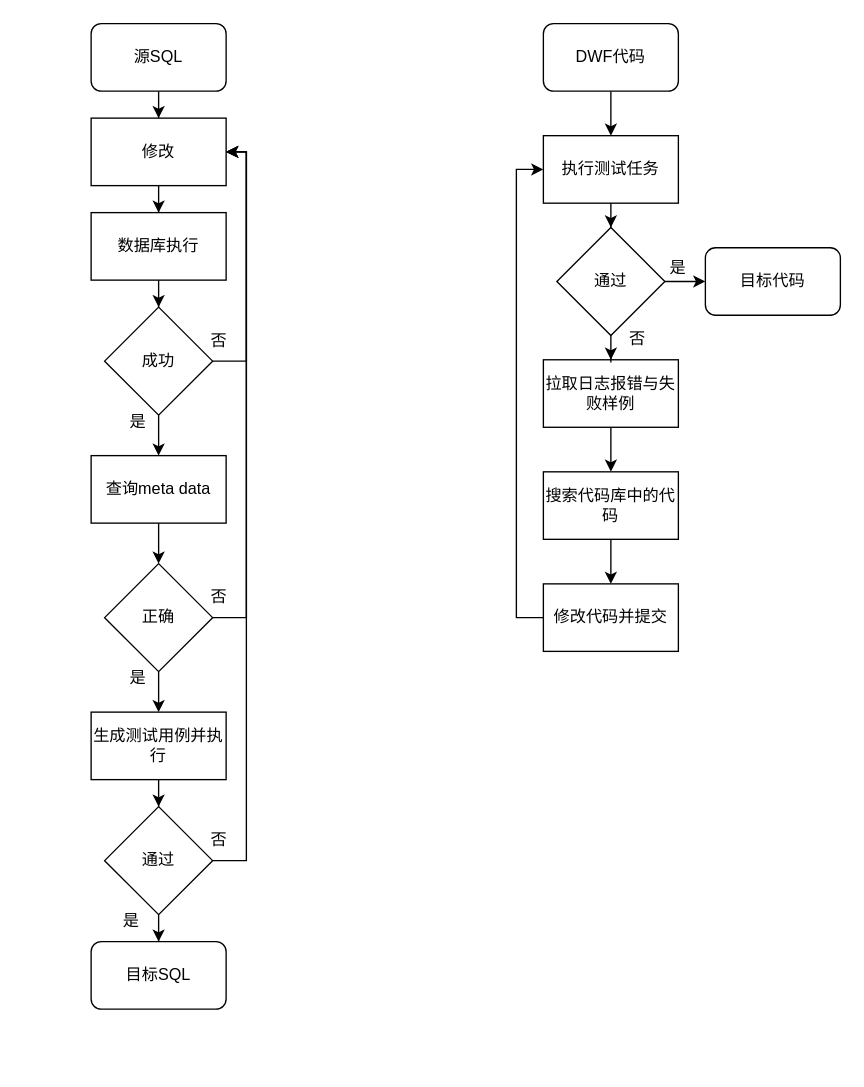
The draw.io diagram 开题报告/方案.drawio in Olive-2019/drawio-source, before the edit. Source tidied: cells renumbered, new cells numbered last; positions are measured from the earlier drawing's top-left corner, leaving out a move shared by most shapes. Both pictures are drawn from the tidied source at 135%, with x=0, y=0 at pixel (90, 23).
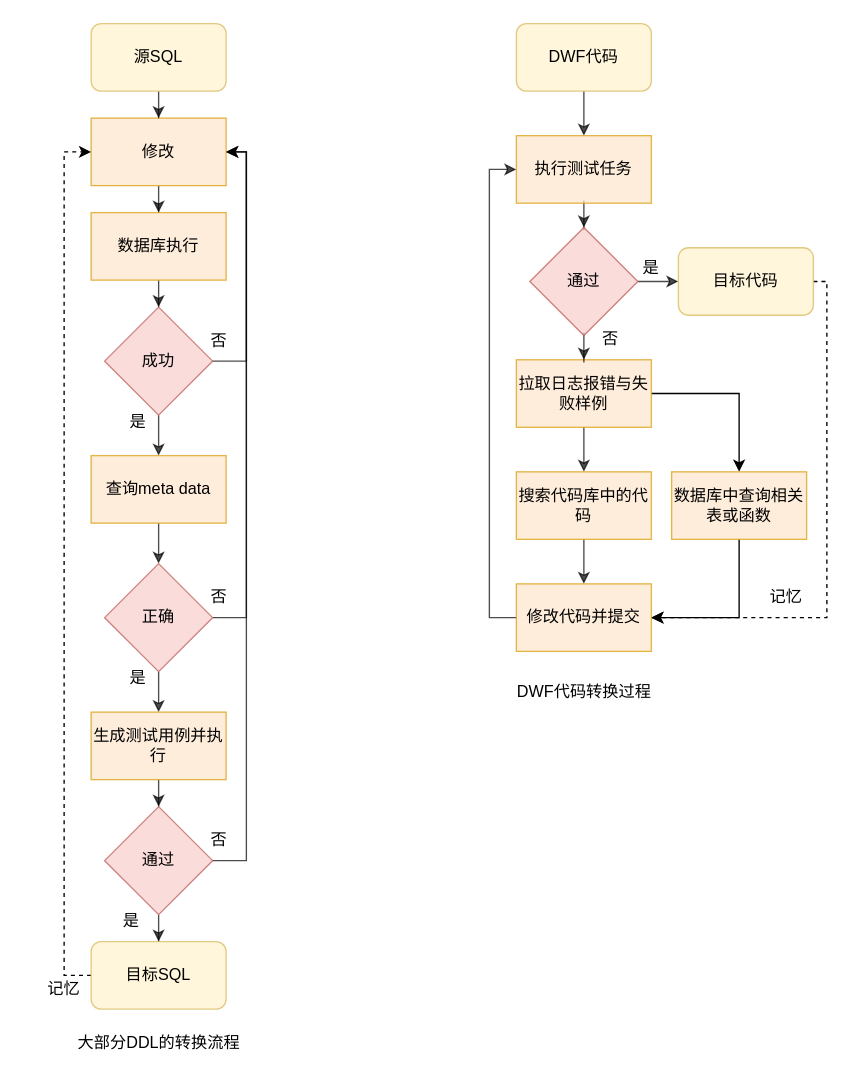
Above is the later version.

Change to the diagram source:
```diff
@@
-    <mxCell id="2" style="edgeStyle=orthogonalEdgeStyle;rounded=0;jettySize=auto;html=1;" parent="1" edge="1" source="3" target="7">
+    <mxCell id="2" style="edgeStyle=orthogonalEdgeStyle;rounded=0;jettySize=auto;html=1;opacity=70;" parent="1" edge="1" source="3" target="7">
       <mxGeometry relative="1" as="geometry" />
     </mxCell>
-    <mxCell id="3" value="修改" style="rounded=0;whiteSpace=wrap;html=1;" parent="1" vertex="1">
+    <mxCell id="3" value="修改" style="rounded=0;whiteSpace=wrap;html=1;fillColor=#ffe6cc;strokeColor=#d79b00;opacity=70;" parent="1" vertex="1">
       <mxGeometry y="70" width="100" height="50" as="geometry" />
     </mxCell>
-    <mxCell id="4" style="edgeStyle=orthogonalEdgeStyle;rounded=0;jettySize=auto;html=1;entryX=0.5;entryY=0;entryDx=0;entryDy=0;" parent="1" edge="1" source="5" target="3">
+    <mxCell id="4" style="edgeStyle=orthogonalEdgeStyle;rounded=0;jettySize=auto;html=1;entryX=0.5;entryY=0;entryDx=0;entryDy=0;opacity=70;" parent="1" edge="1" source="5" target="3">
       <mxGeometry relative="1" as="geometry" />
     </mxCell>
-    <mxCell id="5" value="源SQL" style="rounded=1;whiteSpace=wrap;html=1;" parent="1" vertex="1">
+    <mxCell id="5" value="源SQL" style="rounded=1;whiteSpace=wrap;html=1;fillColor=#fff2cc;strokeColor=#d6b656;opacity=70;" parent="1" vertex="1">
       <mxGeometry width="100" height="50" as="geometry" />
     </mxCell>
-    <mxCell id="6" style="edgeStyle=orthogonalEdgeStyle;rounded=0;jettySize=auto;html=1;" parent="1" edge="1" source="7" target="10">
+    <mxCell id="6" style="edgeStyle=orthogonalEdgeStyle;rounded=0;jettySize=auto;html=1;opacity=70;" parent="1" edge="1" source="7" target="10">
       <mxGeometry relative="1" as="geometry" />
     </mxCell>
-    <mxCell id="7" value="数据库执行" style="rounded=0;whiteSpace=wrap;html=1;" parent="1" vertex="1">
+    <mxCell id="7" value="数据库执行" style="rounded=0;whiteSpace=wrap;html=1;fillColor=#ffe6cc;strokeColor=#d79b00;opacity=70;" parent="1" vertex="1">
       <mxGeometry y="140" width="100" height="50" as="geometry" />
     </mxCell>
-    <mxCell id="8" style="edgeStyle=orthogonalEdgeStyle;rounded=0;jettySize=auto;html=1;" parent="1" edge="1" source="10" target="12">
+    <mxCell id="8" style="edgeStyle=orthogonalEdgeStyle;rounded=0;jettySize=auto;html=1;opacity=70;" parent="1" edge="1" source="10" target="12">
       <mxGeometry relative="1" as="geometry" />
     </mxCell>
-    <mxCell id="9" style="edgeStyle=orthogonalEdgeStyle;rounded=0;jettySize=auto;html=1;entryX=1;entryY=0.5;entryDx=0;entryDy=0;" parent="1" edge="1" source="10" target="3">
+    <mxCell id="9" style="edgeStyle=orthogonalEdgeStyle;rounded=0;jettySize=auto;html=1;entryX=1;entryY=0.5;entryDx=0;entryDy=0;opacity=70;" parent="1" edge="1" source="10" target="3">
       <mxGeometry relative="1" as="geometry">
         <Array as="points">
           <mxPoint x="115" y="250" />
           <mxPoint x="115" y="95" />
         </Array>
       </mxGeometry>
     </mxCell>
-    <mxCell id="10" value="成功" style="rhombus;whiteSpace=wrap;html=1;rounded=0;" parent="1" vertex="1">
+    <mxCell id="10" value="成功" style="rhombus;whiteSpace=wrap;html=1;rounded=0;fillColor=#f8cecc;strokeColor=#b85450;opacity=70;" parent="1" vertex="1">
       <mxGeometry x="10" y="210" width="80" height="80" as="geometry" />
     </mxCell>
-    <mxCell id="11" style="edgeStyle=orthogonalEdgeStyle;rounded=0;jettySize=auto;html=1;" parent="1" edge="1" source="12" target="15">
+    <mxCell id="11" style="edgeStyle=orthogonalEdgeStyle;rounded=0;jettySize=auto;html=1;opacity=70;" parent="1" edge="1" source="12" target="15">
       <mxGeometry relative="1" as="geometry" />
     </mxCell>
-    <mxCell id="12" value="查询meta data" style="whiteSpace=wrap;html=1;rounded=0;" parent="1" vertex="1">
+    <mxCell id="12" value="查询meta data" style="whiteSpace=wrap;html=1;rounded=0;fillColor=#ffe6cc;strokeColor=#d79b00;opacity=70;" parent="1" vertex="1">
       <mxGeometry y="320" width="100" height="50" as="geometry" />
     </mxCell>
-    <mxCell id="13" style="edgeStyle=orthogonalEdgeStyle;rounded=0;jettySize=auto;html=1;" parent="1" edge="1" source="15" target="17">
+    <mxCell id="13" style="edgeStyle=orthogonalEdgeStyle;rounded=0;jettySize=auto;html=1;opacity=70;" parent="1" edge="1" source="15" target="17">
       <mxGeometry relative="1" as="geometry" />
     </mxCell>
-    <mxCell id="14" style="edgeStyle=orthogonalEdgeStyle;rounded=0;jettySize=auto;html=1;entryX=1;entryY=0.5;entryDx=0;entryDy=0;" parent="1" edge="1" source="15" target="3">
+    <mxCell id="14" style="edgeStyle=orthogonalEdgeStyle;rounded=0;jettySize=auto;html=1;entryX=1;entryY=0.5;entryDx=0;entryDy=0;opacity=70;" parent="1" edge="1" source="15" target="3">
       <mxGeometry relative="1" as="geometry">
         <Array as="points">
           <mxPoint x="115" y="440" />
           <mxPoint x="115" y="95" />
         </Array>
       </mxGeometry>
     </mxCell>
-    <mxCell id="15" value="正确" style="rhombus;whiteSpace=wrap;html=1;rounded=0;" parent="1" vertex="1">
+    <mxCell id="15" value="正确" style="rhombus;whiteSpace=wrap;html=1;rounded=0;fillColor=#f8cecc;strokeColor=#b85450;opacity=70;" parent="1" vertex="1">
       <mxGeometry x="10" y="400" width="80" height="80" as="geometry" />
     </mxCell>
-    <mxCell id="16" style="edgeStyle=orthogonalEdgeStyle;rounded=0;jettySize=auto;html=1;" parent="1" edge="1" source="17" target="20">
+    <mxCell id="16" style="edgeStyle=orthogonalEdgeStyle;rounded=0;jettySize=auto;html=1;opacity=70;" parent="1" edge="1" source="17" target="20">
       <mxGeometry relative="1" as="geometry" />
     </mxCell>
-    <mxCell id="17" value="生成测试用例并执行" style="whiteSpace=wrap;html=1;rounded=0;" parent="1" vertex="1">
+    <mxCell id="17" value="生成测试用例并执行" style="whiteSpace=wrap;html=1;rounded=0;fillColor=#ffe6cc;strokeColor=#d79b00;opacity=70;" parent="1" vertex="1">
       <mxGeometry y="510" width="100" height="50" as="geometry" />
     </mxCell>
-    <mxCell id="18" style="edgeStyle=orthogonalEdgeStyle;rounded=0;jettySize=auto;html=1;" parent="1" edge="1" source="20" target="21">
+    <mxCell id="18" style="edgeStyle=orthogonalEdgeStyle;rounded=0;jettySize=auto;html=1;opacity=70;" parent="1" edge="1" source="20" target="21">
       <mxGeometry relative="1" as="geometry" />
     </mxCell>
-    <mxCell id="19" style="edgeStyle=orthogonalEdgeStyle;rounded=0;jettySize=auto;html=1;entryX=1;entryY=0.5;entryDx=0;entryDy=0;" parent="1" edge="1" source="20" target="3">
+    <mxCell id="19" style="edgeStyle=orthogonalEdgeStyle;rounded=0;jettySize=auto;html=1;entryX=1;entryY=0.5;entryDx=0;entryDy=0;opacity=70;" parent="1" edge="1" source="20" target="3">
       <mxGeometry relative="1" as="geometry">
         <Array as="points">
           <mxPoint x="115" y="620" />
           <mxPoint x="115" y="95" />
         </Array>
       </mxGeometry>
     </mxCell>
-    <mxCell id="20" value="通过" style="rhombus;whiteSpace=wrap;html=1;rounded=0;" parent="1" vertex="1">
+    <mxCell id="20" value="通过" style="rhombus;whiteSpace=wrap;html=1;rounded=0;fillColor=#f8cecc;strokeColor=#b85450;opacity=70;" parent="1" vertex="1">
       <mxGeometry x="10" y="580" width="80" height="80" as="geometry" />
     </mxCell>
+    <mxCell id="44" style="edgeStyle=orthogonalEdgeStyle;rounded=0;jettySize=auto;html=1;entryX=0;entryY=0.5;entryDx=0;entryDy=0;dashed=1;" parent="1" edge="1" source="21" target="3">
+      <mxGeometry relative="1" as="geometry">
+        <Array as="points">
+          <mxPoint x="-20" y="705" />
+          <mxPoint x="-20" y="95" />
+        </Array>
+      </mxGeometry>
+    </mxCell>
-    <mxCell id="21" value="目标SQL" style="rounded=1;whiteSpace=wrap;html=1;" parent="1" vertex="1">
+    <mxCell id="21" value="目标SQL" style="rounded=1;whiteSpace=wrap;html=1;fillColor=#fff2cc;strokeColor=#d6b656;opacity=70;" parent="1" vertex="1">
       <mxGeometry y="680" width="100" height="50" as="geometry" />
     </mxCell>
-    <mxCell id="22" style="edgeStyle=orthogonalEdgeStyle;rounded=0;jettySize=auto;html=1;" parent="1" edge="1" source="23" target="25">
+    <mxCell id="22" style="edgeStyle=orthogonalEdgeStyle;rounded=0;jettySize=auto;html=1;opacity=70;" parent="1" edge="1" source="23" target="25">
       <mxGeometry relative="1" as="geometry" />
     </mxCell>
-    <mxCell id="23" value="DWF代码" style="rounded=1;whiteSpace=wrap;html=1;" parent="1" vertex="1">
-      <mxGeometry x="335" width="100" height="50" as="geometry" />
+    <mxCell id="23" value="DWF代码" style="rounded=1;whiteSpace=wrap;html=1;fillColor=#fff2cc;strokeColor=#d6b656;opacity=70;" parent="1" vertex="1">
+      <mxGeometry x="315" width="100" height="50" as="geometry" />
     </mxCell>
-    <mxCell id="24" style="edgeStyle=orthogonalEdgeStyle;rounded=0;jettySize=auto;html=1;entryX=0.5;entryY=0;entryDx=0;entryDy=0;" parent="1" edge="1" source="25" target="32">
+    <mxCell id="24" style="edgeStyle=orthogonalEdgeStyle;rounded=0;jettySize=auto;html=1;entryX=0.5;entryY=0;entryDx=0;entryDy=0;opacity=70;" parent="1" edge="1" source="25" target="32">
       <mxGeometry relative="1" as="geometry" />
     </mxCell>
-    <mxCell id="25" value="执行测试任务" style="rounded=0;whiteSpace=wrap;html=1;" parent="1" vertex="1">
-      <mxGeometry x="335" y="83" width="100" height="50" as="geometry" />
+    <mxCell id="25" value="执行测试任务" style="rounded=0;whiteSpace=wrap;html=1;fillColor=#ffe6cc;strokeColor=#d79b00;opacity=70;" parent="1" vertex="1">
+      <mxGeometry x="315" y="83" width="100" height="50" as="geometry" />
     </mxCell>
-    <mxCell id="26" style="edgeStyle=orthogonalEdgeStyle;rounded=0;jettySize=auto;html=1;" parent="1" edge="1" source="27" target="29">
+    <mxCell id="26" style="edgeStyle=orthogonalEdgeStyle;rounded=0;jettySize=auto;html=1;opacity=70;" parent="1" edge="1" source="27" target="29">
       <mxGeometry relative="1" as="geometry" />
     </mxCell>
+    <mxCell id="45" style="edgeStyle=orthogonalEdgeStyle;rounded=0;jettySize=auto;html=1;entryX=0.5;entryY=0;entryDx=0;entryDy=0;" parent="1" edge="1" source="27" target="50">
+      <mxGeometry relative="1" as="geometry" />
+    </mxCell>
-    <mxCell id="27" value="拉取日志报错与失败样例" style="rounded=0;whiteSpace=wrap;html=1;" parent="1" vertex="1">
-      <mxGeometry x="335" y="249" width="100" height="50" as="geometry" />
+    <mxCell id="27" value="拉取日志报错与失败样例" style="rounded=0;whiteSpace=wrap;html=1;fillColor=#ffe6cc;strokeColor=#d79b00;opacity=70;" parent="1" vertex="1">
+      <mxGeometry x="315" y="249" width="100" height="50" as="geometry" />
     </mxCell>
-    <mxCell id="28" style="edgeStyle=orthogonalEdgeStyle;rounded=0;jettySize=auto;html=1;entryX=0.5;entryY=0;entryDx=0;entryDy=0;" parent="1" edge="1" source="29" target="35">
+    <mxCell id="28" style="edgeStyle=orthogonalEdgeStyle;rounded=0;jettySize=auto;html=1;entryX=0.5;entryY=0;entryDx=0;entryDy=0;opacity=70;" parent="1" edge="1" source="29" target="35">
       <mxGeometry relative="1" as="geometry" />
     </mxCell>
-    <mxCell id="29" value="搜索代码库中的代码" style="rounded=0;whiteSpace=wrap;html=1;" parent="1" vertex="1">
-      <mxGeometry x="335" y="332" width="100" height="50" as="geometry" />
+    <mxCell id="29" value="搜索代码库中的代码" style="rounded=0;whiteSpace=wrap;html=1;fillColor=#ffe6cc;strokeColor=#d79b00;opacity=70;" parent="1" vertex="1">
+      <mxGeometry x="315" y="332" width="100" height="50" as="geometry" />
     </mxCell>
-    <mxCell id="30" style="edgeStyle=orthogonalEdgeStyle;rounded=0;jettySize=auto;html=1;entryX=0.5;entryY=0;entryDx=0;entryDy=0;" parent="1" edge="1" source="32" target="27">
+    <mxCell id="30" style="edgeStyle=orthogonalEdgeStyle;rounded=0;jettySize=auto;html=1;entryX=0.5;entryY=0;entryDx=0;entryDy=0;opacity=70;" parent="1" edge="1" source="32" target="27">
       <mxGeometry relative="1" as="geometry" />
     </mxCell>
-    <mxCell id="31" style="edgeStyle=orthogonalEdgeStyle;rounded=0;jettySize=auto;html=1;entryX=0;entryY=0.5;entryDx=0;entryDy=0;" parent="1" edge="1" source="32" target="33">
+    <mxCell id="31" style="edgeStyle=orthogonalEdgeStyle;rounded=0;jettySize=auto;html=1;entryX=0;entryY=0.5;entryDx=0;entryDy=0;opacity=70;" parent="1" edge="1" source="32" target="33">
       <mxGeometry relative="1" as="geometry" />
     </mxCell>
-    <mxCell id="32" value="通过" style="rhombus;whiteSpace=wrap;html=1;" parent="1" vertex="1">
-      <mxGeometry x="345" y="151" width="80" height="80" as="geometry" />
+    <mxCell id="32" value="通过" style="rhombus;whiteSpace=wrap;html=1;fillColor=#f8cecc;strokeColor=#b85450;opacity=70;" parent="1" vertex="1">
+      <mxGeometry x="325" y="151" width="80" height="80" as="geometry" />
     </mxCell>
+    <mxCell id="46" style="edgeStyle=orthogonalEdgeStyle;rounded=0;jettySize=auto;html=1;entryX=1;entryY=0.5;entryDx=0;entryDy=0;dashed=1;" parent="1" edge="1" source="33" target="35">
+      <mxGeometry relative="1" as="geometry">
+        <Array as="points">
+          <mxPoint x="545" y="191" />
+          <mxPoint x="545" y="440" />
+        </Array>
+      </mxGeometry>
+    </mxCell>
-    <mxCell id="33" value="目标代码" style="rounded=1;whiteSpace=wrap;html=1;" parent="1" vertex="1">
-      <mxGeometry x="455" y="166" width="100" height="50" as="geometry" />
+    <mxCell id="33" value="目标代码" style="rounded=1;whiteSpace=wrap;html=1;fillColor=#fff2cc;strokeColor=#d6b656;opacity=70;" parent="1" vertex="1">
+      <mxGeometry x="435" y="166" width="100" height="50" as="geometry" />
     </mxCell>
-    <mxCell id="34" style="edgeStyle=orthogonalEdgeStyle;rounded=0;jettySize=auto;html=1;entryX=0;entryY=0.5;entryDx=0;entryDy=0;" parent="1" edge="1" source="35" target="25">
+    <mxCell id="34" style="edgeStyle=orthogonalEdgeStyle;rounded=0;jettySize=auto;html=1;entryX=0;entryY=0.5;entryDx=0;entryDy=0;opacity=70;" parent="1" edge="1" source="35" target="25">
       <mxGeometry relative="1" as="geometry">
         <Array as="points">
-          <mxPoint x="315" y="440" />
-          <mxPoint x="315" y="108" />
+          <mxPoint x="295" y="440" />
+          <mxPoint x="295" y="108" />
         </Array>
       </mxGeometry>
     </mxCell>
-    <mxCell id="35" value="修改代码并提交" style="rounded=0;whiteSpace=wrap;html=1;" parent="1" vertex="1">
-      <mxGeometry x="335" y="415" width="100" height="50" as="geometry" />
+    <mxCell id="35" value="修改代码并提交" style="rounded=0;whiteSpace=wrap;html=1;fillColor=#ffe6cc;strokeColor=#d79b00;opacity=70;" parent="1" vertex="1">
+      <mxGeometry x="315" y="415" width="100" height="50" as="geometry" />
     </mxCell>
-    <mxCell id="36" value="是" style="text;html=1;align=center;verticalAlign=middle;whiteSpace=wrap;rounded=0;" parent="1" vertex="1">
+    <mxCell id="36" value="是" style="text;html=1;align=center;verticalAlign=middle;whiteSpace=wrap;rounded=0;opacity=70;" parent="1" vertex="1">
       <mxGeometry x="5" y="280" width="60" height="30" as="geometry" />
     </mxCell>
-    <mxCell id="37" value="是" style="text;html=1;align=center;verticalAlign=middle;whiteSpace=wrap;rounded=0;" parent="1" vertex="1">
+    <mxCell id="37" value="是" style="text;html=1;align=center;verticalAlign=middle;whiteSpace=wrap;rounded=0;opacity=70;" parent="1" vertex="1">
       <mxGeometry x="5" y="470" width="60" height="30" as="geometry" />
     </mxCell>
-    <mxCell id="38" value="是" style="text;html=1;align=center;verticalAlign=middle;whiteSpace=wrap;rounded=0;" parent="1" vertex="1">
+    <mxCell id="38" value="是" style="text;html=1;align=center;verticalAlign=middle;whiteSpace=wrap;rounded=0;opacity=70;" parent="1" vertex="1">
       <mxGeometry y="650" width="60" height="30" as="geometry" />
     </mxCell>
-    <mxCell id="39" value="是" style="text;html=1;align=center;verticalAlign=middle;whiteSpace=wrap;rounded=0;" parent="1" vertex="1">
-      <mxGeometry x="405" y="166" width="60" height="30" as="geometry" />
+    <mxCell id="39" value="是" style="text;html=1;align=center;verticalAlign=middle;whiteSpace=wrap;rounded=0;opacity=70;" parent="1" vertex="1">
+      <mxGeometry x="385" y="166" width="60" height="30" as="geometry" />
     </mxCell>
-    <mxCell id="40" value="否" style="text;html=1;align=center;verticalAlign=middle;whiteSpace=wrap;rounded=0;" parent="1" vertex="1">
-      <mxGeometry x="375" y="219" width="60" height="30" as="geometry" />
+    <mxCell id="40" value="否" style="text;html=1;align=center;verticalAlign=middle;whiteSpace=wrap;rounded=0;opacity=70;" parent="1" vertex="1">
+      <mxGeometry x="355" y="219" width="60" height="30" as="geometry" />
     </mxCell>
-    <mxCell id="41" value="否" style="text;html=1;align=center;verticalAlign=middle;whiteSpace=wrap;rounded=0;" parent="1" vertex="1">
+    <mxCell id="41" value="否" style="text;html=1;align=center;verticalAlign=middle;whiteSpace=wrap;rounded=0;opacity=70;" parent="1" vertex="1">
       <mxGeometry x="65" y="220" width="60" height="30" as="geometry" />
     </mxCell>
-    <mxCell id="42" value="否" style="text;html=1;align=center;verticalAlign=middle;whiteSpace=wrap;rounded=0;" parent="1" vertex="1">
+    <mxCell id="42" value="否" style="text;html=1;align=center;verticalAlign=middle;whiteSpace=wrap;rounded=0;opacity=70;" parent="1" vertex="1">
       <mxGeometry x="65" y="410" width="60" height="30" as="geometry" />
     </mxCell>
-    <mxCell id="43" value="否" style="text;html=1;align=center;verticalAlign=middle;whiteSpace=wrap;rounded=0;" parent="1" vertex="1">
+    <mxCell id="43" value="否" style="text;html=1;align=center;verticalAlign=middle;whiteSpace=wrap;rounded=0;opacity=70;" parent="1" vertex="1">
       <mxGeometry x="65" y="590" width="60" height="30" as="geometry" />
     </mxCell>
+    <mxCell id="47" value="大部分DDL的转换流程" style="text;html=1;align=center;verticalAlign=middle;whiteSpace=wrap;rounded=0;opacity=70;" parent="1" vertex="1">
+      <mxGeometry x="-17.5" y="740" width="135" height="30" as="geometry" />
+    </mxCell>
+    <mxCell id="48" value="DWF代码转换过程" style="text;html=1;align=center;verticalAlign=middle;whiteSpace=wrap;rounded=0;opacity=70;" parent="1" vertex="1">
+      <mxGeometry x="297.5" y="480" width="135" height="30" as="geometry" />
+    </mxCell>
+    <mxCell id="49" style="edgeStyle=orthogonalEdgeStyle;rounded=0;jettySize=auto;html=1;entryX=1;entryY=0.5;entryDx=0;entryDy=0;" parent="1" edge="1" source="50" target="35">
+      <mxGeometry relative="1" as="geometry">
+        <Array as="points">
+          <mxPoint x="480" y="440" />
+        </Array>
+      </mxGeometry>
+    </mxCell>
+    <mxCell id="50" value="数据库中查询相关表或函数" style="rounded=0;whiteSpace=wrap;html=1;fillColor=#ffe6cc;strokeColor=#d79b00;opacity=70;" parent="1" vertex="1">
+      <mxGeometry x="430" y="332" width="100" height="50" as="geometry" />
+    </mxCell>
+    <mxCell id="51" value="记忆" style="text;html=1;align=center;verticalAlign=middle;whiteSpace=wrap;rounded=0;" parent="1" vertex="1">
+      <mxGeometry x="-50" y="700" width="60" height="30" as="geometry" />
+    </mxCell>
+    <mxCell id="52" value="记忆" style="text;html=1;align=center;verticalAlign=middle;whiteSpace=wrap;rounded=0;" parent="1" vertex="1">
+      <mxGeometry x="485" y="410" width="60" height="30" as="geometry" />
+    </mxCell>
```
